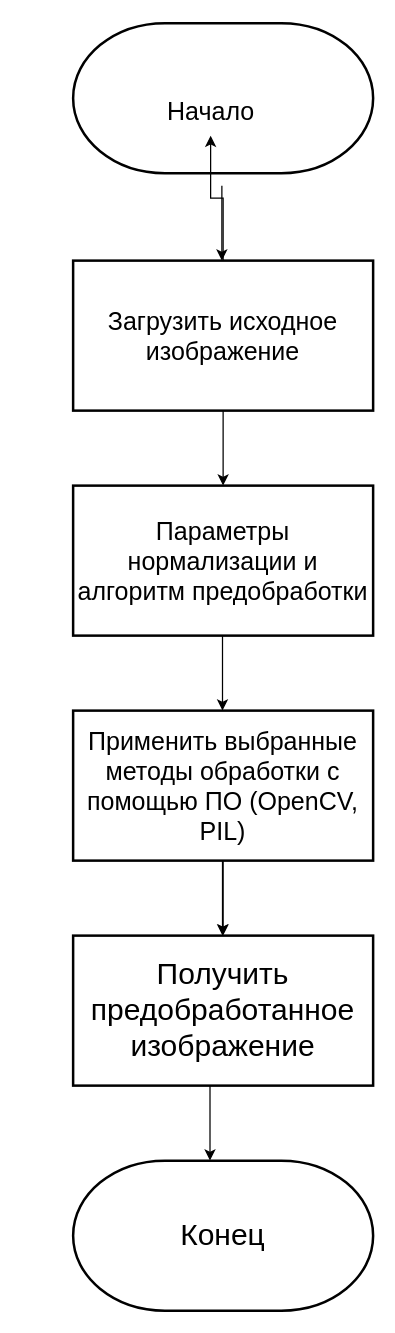
Before: Untitled Diagram.drawio in Ali1996408/-1, a draw.io diagram. Source tidied: cells renumbered, new cells numbered last; positions are measured from the earlier drawing's top-left corner, leaving out a move shared by most shapes. Both pictures are drawn from the tidied source at 125%, with x=0, y=0 at pixel (72, 22).
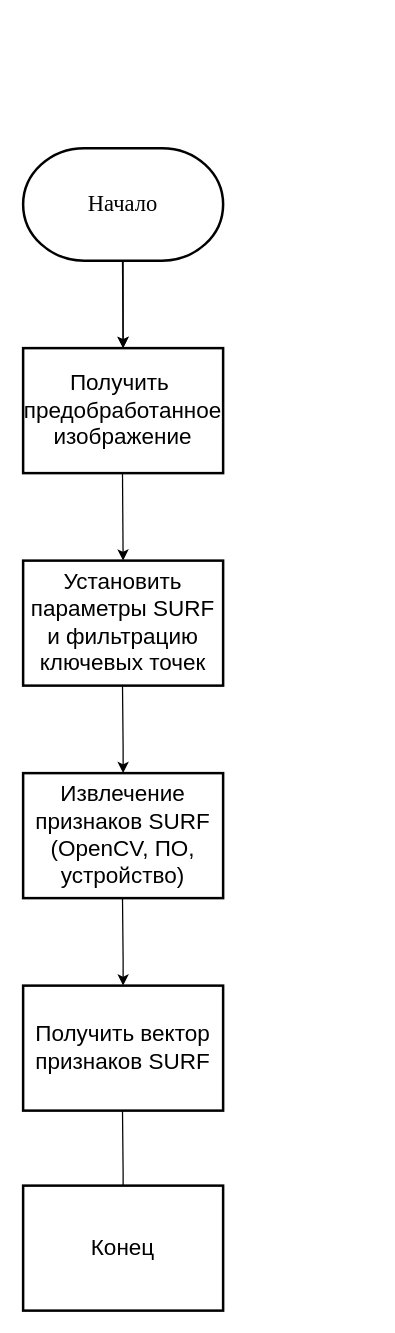
Above is the later version.

Change to the diagram source:
```diff
@@
-<mxGraphModel background="light-dark(#FFFFFF,#F4F4F4)">
+<mxGraphModel background="light-dark(#FFFFFF,#FEFEFE)">
@@
-    <mxCell id="2" style="strokeWidth=2;html=1;shape=mxgraph.flowchart.terminator;whiteSpace=wrap;fillColor=light-dark(#FFFFFF,#FEFEFE);strokeColor=light-dark(#000000,#000000);fontColor=light-dark(#000000,#010101);" parent="1" vertex="1">
-      <mxGeometry width="240" height="120" as="geometry" />
-    </mxCell>
+    <mxCell id="16" style="edgeStyle=orthogonalEdgeStyle;rounded=0;jettySize=auto;html=1;fontSize=18;" parent="1" edge="1" source="3" target="9">
+      <mxGeometry relative="1" as="geometry" />
+    </mxCell>
-    <mxCell id="3" value="&lt;font style=&quot;font-size: 20px;&quot;&gt;Начало&lt;/font&gt;" style="text;html=1;align=center;verticalAlign=middle;points=[];strokeColor=none;fillColor=none;fontColor=light-dark(#000000,#010101);" parent="1" vertex="1">
-      <mxGeometry x="65" y="50" width="90" height="40" as="geometry" />
+    <mxCell id="3" value="&lt;font style=&quot;color: light-dark(rgb(0, 0, 0), rgb(0, 0, 0));&quot; face=&quot;Times New Roman&quot;&gt;Начало&lt;/font&gt;" style="strokeWidth=2;html=1;shape=mxgraph.flowchart.terminator;whiteSpace=wrap;fillColor=light-dark(#FFFFFF,#FFFFFF);strokeColor=light-dark(#000000,#000000);fontSize=18;" parent="1" vertex="1">
+      <mxGeometry x="-40" y="100" width="160" height="90" as="geometry" />
     </mxCell>
-    <mxCell id="4" style="endArrow=classic;html=1;rounded=0;strokeColor=light-dark(#000000,#000000);entryX=0.5;entryY=0;entryDx=0;entryDy=0;" parent="1" edge="1" target="5">
-      <mxGeometry relative="1" as="geometry">
-        <mxPoint x="120" y="310" as="sourcePoint" />
-        <Array as="points">
-          <mxPoint x="120" y="340" />
-        </Array>
-      </mxGeometry>
-    </mxCell>
-    <mxCell id="5" value="&lt;font style=&quot;color: light-dark(rgb(0, 0, 0), rgb(0, 0, 0)); font-size: 20px;&quot;&gt;Параметры нормализации и алгоритм предобработки&lt;/font&gt;" style="rounded=0;whiteSpace=wrap;html=1;fillColor=light-dark(#FFFFFF,#FBFBFB);strokeColor=light-dark(#000000,#000000);strokeWidth=2;" parent="1" vertex="1">
-      <mxGeometry y="370" width="240" height="120" as="geometry" />
-    </mxCell>
-    <mxCell id="6" style="edgeStyle=orthogonalEdgeStyle;rounded=0;jettySize=auto;html=1;" parent="1" edge="1" source="7" target="9">
-      <mxGeometry relative="1" as="geometry" />
-    </mxCell>
-    <mxCell id="7" value="&lt;font style=&quot;color: light-dark(rgb(0, 0, 0), rgb(0, 0, 0)); font-size: 20px;&quot;&gt;Применить выбранные методы обработки с помощью ПО (OpenCV, PIL)&lt;/font&gt;" style="rounded=0;whiteSpace=wrap;html=1;fillColor=light-dark(#FFFFFF,#FBFBFB);strokeColor=light-dark(#000000,#000000);strokeWidth=2;" parent="1" vertex="1">
-      <mxGeometry y="550" width="240" height="120" as="geometry" />
-    </mxCell>
-    <mxCell id="8" style="endArrow=classic;html=1;rounded=0;strokeColor=light-dark(#000000,#000000);entryX=0.5;entryY=0;entryDx=0;entryDy=0;" parent="1" edge="1">
-      <mxGeometry relative="1" as="geometry">
-        <mxPoint x="119.5" y="490" as="sourcePoint" />
-        <mxPoint x="119.5" y="550" as="targetPoint" />
-      </mxGeometry>
-    </mxCell>
-    <mxCell id="9" value="&lt;font style=&quot;color: light-dark(rgb(0, 0, 0), rgb(0, 0, 0)); font-size: 24px;&quot;&gt;Получить предобработанное изображение&lt;/font&gt;" style="rounded=0;whiteSpace=wrap;html=1;fillColor=light-dark(#FFFFFF,#FBFBFB);strokeColor=light-dark(#000000,#000000);strokeWidth=2;" parent="1" vertex="1">
-      <mxGeometry y="730" width="240" height="120" as="geometry" />
+    <mxCell id="9" value="&lt;font style=&quot;color: light-dark(rgb(0, 0, 0), rgb(0, 0, 0));&quot;&gt;&lt;font&gt;Получить&amp;nbsp;&lt;/font&gt;&lt;/font&gt;&lt;div&gt;&lt;font style=&quot;color: light-dark(rgb(0, 0, 0), rgb(0, 0, 0));&quot;&gt;&lt;font&gt;&lt;font&gt;предобработанное&lt;/font&gt;&lt;/font&gt;&lt;font&gt; &lt;/font&gt;изображение&lt;/font&gt;&lt;/div&gt;" style="rounded=0;whiteSpace=wrap;html=1;fillColor=light-dark(#FFFFFF,#FBFBFB);strokeColor=light-dark(#000000,#060606);strokeWidth=2;fontSize=18;" parent="1" vertex="1">
+      <mxGeometry x="-40" y="260" width="160" height="100" as="geometry" />
     </mxCell>
-    <mxCell id="10" style="endArrow=classic;html=1;rounded=0;strokeColor=light-dark(#000000,#000000);entryX=0.5;entryY=0;entryDx=0;entryDy=0;" parent="1" edge="1">
-      <mxGeometry relative="1" as="geometry">
-        <mxPoint x="119.5" y="670" as="sourcePoint" />
-        <mxPoint x="119.5" y="730" as="targetPoint" />
-      </mxGeometry>
-    </mxCell>
-    <mxCell id="11" style="endArrow=classic;html=1;rounded=0;strokeColor=light-dark(#000000,#000000);entryX=0.5;entryY=0;entryDx=0;entryDy=0;" parent="1" edge="1">
-      <mxGeometry relative="1" as="geometry">
-        <mxPoint x="109.5" y="850" as="sourcePoint" />
-        <mxPoint x="109.5" y="910" as="targetPoint" />
-      </mxGeometry>
-    </mxCell>
+    <mxCell id="17" style="endArrow=classic;html=1;rounded=0;strokeColor=light-dark(#000000,#000000);entryX=0.5;entryY=0;entryDx=0;entryDy=0;fontSize=18;" parent="1" edge="1" target="9">
+      <mxGeometry relative="1" as="geometry">
+        <mxPoint x="39.5" y="190" as="sourcePoint" />
+      </mxGeometry>
+    </mxCell>
+    <mxCell id="18" value="&lt;font style=&quot;color: light-dark(rgb(0, 0, 0), rgb(6, 6, 6));&quot;&gt;Установить параметры SURF и фильтрацию ключевых точек&lt;/font&gt;" style="rounded=0;whiteSpace=wrap;html=1;fillColor=light-dark(#FFFFFF,#FBFBFB);strokeColor=light-dark(#000000,#060606);strokeWidth=2;fontSize=18;" parent="1" vertex="1">
+      <mxGeometry x="-40" y="430" width="160" height="100" as="geometry" />
+    </mxCell>
+    <mxCell id="19" style="endArrow=classic;html=1;rounded=0;strokeColor=light-dark(#000000,#000000);entryX=0.5;entryY=0;entryDx=0;entryDy=0;fontSize=18;" parent="1" edge="1">
+      <mxGeometry relative="1" as="geometry">
+        <mxPoint x="39.5" y="360" as="sourcePoint" />
+        <mxPoint x="40" y="430" as="targetPoint" />
+      </mxGeometry>
+    </mxCell>
+    <mxCell id="20" value="&lt;font style=&quot;color: light-dark(rgb(0, 0, 0), rgb(0, 0, 0));&quot;&gt;Извлечение признаков SURF (OpenCV, ПО, устройство)&lt;/font&gt;" style="rounded=0;whiteSpace=wrap;html=1;fillColor=light-dark(#FFFFFF,#FBFBFB);strokeColor=light-dark(#000000,#060606);strokeWidth=2;fontSize=18;" parent="1" vertex="1">
+      <mxGeometry x="-40" y="600" width="160" height="100" as="geometry" />
+    </mxCell>
+    <mxCell id="21" style="endArrow=classic;html=1;rounded=0;strokeColor=light-dark(#000000,#000000);entryX=0.5;entryY=0;entryDx=0;entryDy=0;fontSize=18;" parent="1" edge="1">
+      <mxGeometry relative="1" as="geometry">
+        <mxPoint x="39.5" y="530" as="sourcePoint" />
+        <mxPoint x="40" y="600" as="targetPoint" />
+        <Array as="points">
+          <mxPoint x="40" y="580" />
+        </Array>
+      </mxGeometry>
+    </mxCell>
+    <mxCell id="22" style="endArrow=classic;html=1;rounded=0;strokeColor=light-dark(#000000,#000000);entryX=0.5;entryY=0;entryDx=0;entryDy=0;fontSize=18;" parent="1" edge="1">
+      <mxGeometry relative="1" as="geometry">
+        <mxPoint x="39.5" y="700" as="sourcePoint" />
+        <mxPoint x="40" y="770" as="targetPoint" />
+        <Array as="points">
+          <mxPoint x="40" y="750" />
+        </Array>
+      </mxGeometry>
+    </mxCell>
+    <mxCell id="23" value="&lt;font style=&quot;color: light-dark(rgb(0, 0, 0), rgb(0, 0, 0));&quot;&gt;Получить вектор признаков SURF&lt;/font&gt;" style="rounded=0;whiteSpace=wrap;html=1;fillColor=light-dark(#FFFFFF,#FBFBFB);strokeColor=light-dark(#000000,#060606);strokeWidth=2;fontSize=18;" parent="1" vertex="1">
+      <mxGeometry x="-40" y="770" width="160" height="100" as="geometry" />
+    </mxCell>
+    <mxCell id="24" style="endArrow=classic;html=1;rounded=0;strokeColor=light-dark(#000000,#000000);entryX=0.5;entryY=0;entryDx=0;entryDy=0;fontSize=18;" parent="1" edge="1">
+      <mxGeometry relative="1" as="geometry">
+        <mxPoint x="39.5" y="870" as="sourcePoint" />
+        <mxPoint x="40" y="940" as="targetPoint" />
+        <Array as="points">
+          <mxPoint x="40" y="920" />
+        </Array>
+      </mxGeometry>
+    </mxCell>
-    <mxCell id="12" value="&lt;font style=&quot;color: light-dark(rgb(0, 0, 0), rgb(3, 3, 3));&quot;&gt;&lt;span style=&quot;font-size: 24px;&quot;&gt;Конец&lt;/span&gt;&lt;/font&gt;" style="strokeWidth=2;html=1;shape=mxgraph.flowchart.terminator;whiteSpace=wrap;fillColor=light-dark(#FFFFFF,#FEFEFE);strokeColor=light-dark(#000000,#000000);fontColor=light-dark(#000000,#010101);" parent="1" vertex="1">
-      <mxGeometry y="910" width="240" height="120" as="geometry" />
+    <mxCell id="12" value="&lt;font style=&quot;color: light-dark(rgb(0, 0, 0), rgb(0, 0, 0));&quot;&gt;Конец&lt;/font&gt;" style="rounded=0;whiteSpace=wrap;html=1;fillColor=light-dark(#FFFFFF,#FBFBFB);strokeColor=light-dark(#000000,#060606);strokeWidth=2;fontSize=18;" parent="1" vertex="1">
+      <mxGeometry x="-40" y="930" width="160" height="100" as="geometry" />
     </mxCell>
-    <mxCell id="13" style="edgeStyle=orthogonalEdgeStyle;rounded=0;jettySize=auto;html=1;" parent="1" edge="1" source="14" target="3">
-      <mxGeometry relative="1" as="geometry" />
-    </mxCell>
-    <mxCell id="14" value="&lt;font style=&quot;color: light-dark(rgb(0, 0, 0), rgb(0, 0, 0)); font-size: 20px;&quot;&gt;Загрузить исходное изображение&lt;/font&gt;" style="rounded=0;whiteSpace=wrap;html=1;fillColor=light-dark(#FFFFFF,#FBFBFB);strokeColor=light-dark(#000000,#000000);strokeWidth=2;" parent="1" vertex="1">
-      <mxGeometry y="190" width="240" height="120" as="geometry" />
-    </mxCell>
-    <mxCell id="15" style="endArrow=classic;html=1;rounded=0;strokeColor=light-dark(#000000,#000000);entryX=0.5;entryY=0;entryDx=0;entryDy=0;" parent="1" edge="1">
-      <mxGeometry relative="1" as="geometry">
-        <mxPoint x="119" y="130" as="sourcePoint" />
-        <mxPoint x="119" y="190" as="targetPoint" />
-        <Array as="points">
-          <mxPoint x="119" y="160" />
-        </Array>
-      </mxGeometry>
-    </mxCell>
```
